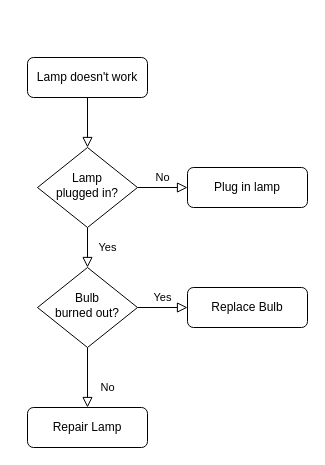
Earlier version of the draw.io diagram WIFI通用联网方案--软件启动流程.drawio (zjh6607476/drawing). Source tidied: cells renumbered, new cells numbered last; positions are measured from the earlier drawing's top-left corner, leaving out a move shared by most shapes. Both pictures are drawn from the tidied source at 100%, with x=0, y=0 at pixel (27, 57).
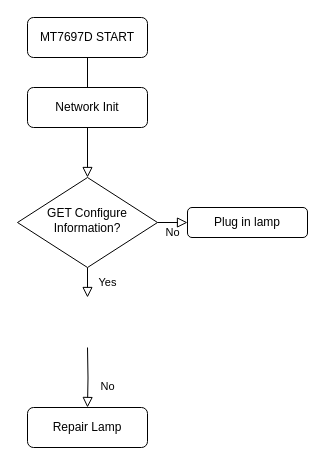
The same diagram, later.

Commit message (it also covers changes not shown here):
更新WIFI通用联网方案--软件启动流程.drawio

The edit, as a diff of the source:
```diff
@@
 <mxGraphModel>
   <root>
     <mxCell id="0" />
     <mxCell id="1" parent="0" />
     <mxCell id="2" style="rounded=0;html=1;jettySize=auto;fontSize=11;endArrow=block;endFill=0;endSize=8;strokeWidth=1;shadow=0;labelBackgroundColor=none;edgeStyle=orthogonalEdgeStyle;" parent="1" edge="1" source="3" target="6">
       <mxGeometry relative="1" as="geometry" />
     </mxCell>
-    <mxCell id="3" value="Lamp doesn't work" style="rounded=1;whiteSpace=wrap;html=1;fontSize=12;glass=0;strokeWidth=1;shadow=0;" parent="1" vertex="1">
-      <mxGeometry width="120" height="40" as="geometry" />
+    <mxCell id="3" value="MT7697D START" style="rounded=1;whiteSpace=wrap;html=1;fontSize=12;glass=0;strokeWidth=1;shadow=0;" parent="1" vertex="1">
+      <mxGeometry y="-40" width="120" height="40" as="geometry" />
     </mxCell>
-    <mxCell id="4" value="Yes" style="rounded=0;html=1;jettySize=auto;fontSize=11;endArrow=block;endFill=0;endSize=8;strokeWidth=1;shadow=0;labelBackgroundColor=none;edgeStyle=orthogonalEdgeStyle;" parent="1" edge="1" source="6" target="10">
-      <mxGeometry y="20" relative="1" as="geometry" />
+    <mxCell id="4" value="Yes" style="rounded=0;html=1;jettySize=auto;fontSize=11;endArrow=block;endFill=0;endSize=8;strokeWidth=1;shadow=0;labelBackgroundColor=none;edgeStyle=orthogonalEdgeStyle;" parent="1" edge="1" source="6">
+      <mxGeometry y="20" relative="1" as="geometry">
+        <mxPoint x="60" y="240" as="targetPoint" />
+      </mxGeometry>
     </mxCell>
     <mxCell id="5" value="No" style="edgeStyle=orthogonalEdgeStyle;rounded=0;html=1;jettySize=auto;fontSize=11;endArrow=block;endFill=0;endSize=8;strokeWidth=1;shadow=0;labelBackgroundColor=none;" parent="1" edge="1" source="6" target="7">
       <mxGeometry y="10" relative="1" as="geometry" />
     </mxCell>
-    <mxCell id="6" value="Lamp&lt;br&gt;plugged in?" style="rhombus;whiteSpace=wrap;html=1;shadow=0;fontFamily=Helvetica;fontSize=12;align=center;strokeWidth=1;spacing=6;spacingTop=-4;" parent="1" vertex="1">
-      <mxGeometry x="10" y="90" width="100" height="80" as="geometry" />
+    <mxCell id="6" value="GET Configure&lt;br&gt;Information?" style="rhombus;whiteSpace=wrap;html=1;shadow=0;fontFamily=Helvetica;fontSize=12;align=center;strokeWidth=1;spacing=6;spacingTop=-4;" parent="1" vertex="1">
+      <mxGeometry x="-10" y="120" width="140" height="90" as="geometry" />
     </mxCell>
     <mxCell id="7" value="Plug in lamp" style="rounded=1;whiteSpace=wrap;html=1;fontSize=12;glass=0;strokeWidth=1;shadow=0;" parent="1" vertex="1">
-      <mxGeometry x="160" y="110" width="120" height="40" as="geometry" />
+      <mxGeometry x="160" y="150" width="120" height="30" as="geometry" />
     </mxCell>
-    <mxCell id="8" value="No" style="rounded=0;html=1;jettySize=auto;fontSize=11;endArrow=block;endFill=0;endSize=8;strokeWidth=1;shadow=0;labelBackgroundColor=none;edgeStyle=orthogonalEdgeStyle;" parent="1" edge="1" source="10" target="11">
-      <mxGeometry x="0.33" y="20" relative="1" as="geometry" />
+    <mxCell id="8" value="No" style="rounded=0;html=1;jettySize=auto;fontSize=11;endArrow=block;endFill=0;endSize=8;strokeWidth=1;shadow=0;labelBackgroundColor=none;edgeStyle=orthogonalEdgeStyle;" parent="1" edge="1" target="11">
+      <mxGeometry x="0.33" y="20" relative="1" as="geometry">
+        <mxPoint x="60" y="290" as="sourcePoint" />
+      </mxGeometry>
     </mxCell>
-    <mxCell id="9" value="Yes" style="edgeStyle=orthogonalEdgeStyle;rounded=0;html=1;jettySize=auto;fontSize=11;endArrow=block;endFill=0;endSize=8;strokeWidth=1;shadow=0;labelBackgroundColor=none;" parent="1" edge="1" source="10" target="12">
-      <mxGeometry y="10" relative="1" as="geometry" />
-    </mxCell>
-    <mxCell id="10" value="Bulb&lt;br&gt;burned out?" style="rhombus;whiteSpace=wrap;html=1;shadow=0;fontFamily=Helvetica;fontSize=12;align=center;strokeWidth=1;spacing=6;spacingTop=-4;" parent="1" vertex="1">
-      <mxGeometry x="10" y="210" width="100" height="80" as="geometry" />
-    </mxCell>
     <mxCell id="11" value="Repair Lamp" style="rounded=1;whiteSpace=wrap;html=1;fontSize=12;glass=0;strokeWidth=1;shadow=0;" parent="1" vertex="1">
       <mxGeometry y="350" width="120" height="40" as="geometry" />
     </mxCell>
-    <mxCell id="12" value="Replace Bulb" style="rounded=1;whiteSpace=wrap;html=1;fontSize=12;glass=0;strokeWidth=1;shadow=0;" parent="1" vertex="1">
-      <mxGeometry x="160" y="230" width="120" height="40" as="geometry" />
-    </mxCell>
+    <mxCell id="13" value="Network Init" style="rounded=1;whiteSpace=wrap;html=1;fontSize=12;glass=0;strokeWidth=1;shadow=0;" parent="1" vertex="1">
+      <mxGeometry y="30" width="120" height="40" as="geometry" />
+    </mxCell>
   </root>
 </mxGraphModel>
```
